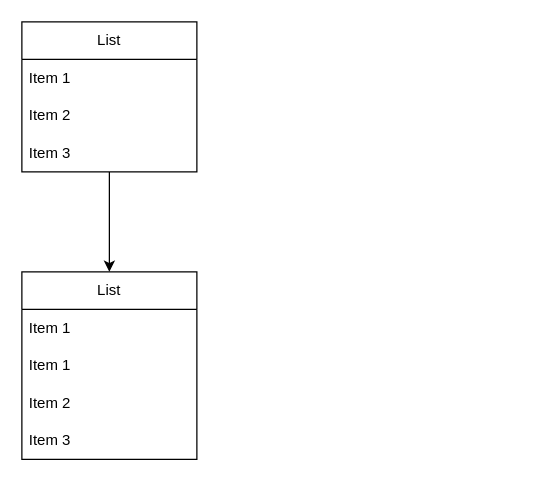
This is Untitled Diagram.drawio from Mobinul-Sekh/system-design, a draw.io file, before an edit. Source tidied: cells renumbered, new cells numbered last; positions are measured from the earlier drawing's top-left corner, leaving out a move shared by most shapes. Both pictures are drawn from the tidied source at 125%, with x=0, y=0 at pixel (21, 21).
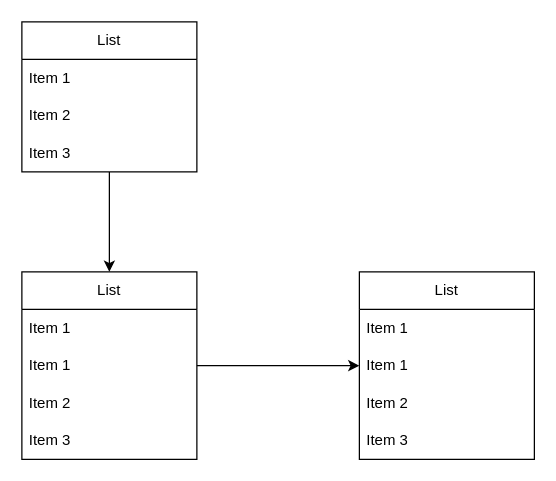
The same diagram, later.

The edit, as a diff of the source:
```diff
@@
 <mxGraphModel>
   <root>
     <mxCell id="0" />
     <mxCell id="1" parent="0" />
     <mxCell id="2" style="edgeStyle=orthogonalEdgeStyle;rounded=0;jettySize=auto;html=1;" parent="1" edge="1" source="3" target="7">
       <mxGeometry relative="1" as="geometry" />
     </mxCell>
     <mxCell id="3" value="List" style="swimlane;fontStyle=0;horizontal=1;startSize=30;whiteSpace=wrap;html=1;" parent="1" vertex="1">
       <mxGeometry width="140" height="120" as="geometry" />
     </mxCell>
     <mxCell id="4" value="Item 1" style="text;strokeColor=none;fillColor=none;align=left;verticalAlign=middle;spacingLeft=4;spacingRight=4;overflow=hidden;whiteSpace=wrap;html=1;" parent="3" vertex="1">
       <mxGeometry y="30" width="140" height="30" as="geometry" />
     </mxCell>
     <mxCell id="5" value="Item 2" style="text;strokeColor=none;fillColor=none;align=left;verticalAlign=middle;spacingLeft=4;spacingRight=4;overflow=hidden;whiteSpace=wrap;html=1;" parent="3" vertex="1">
       <mxGeometry y="60" width="140" height="30" as="geometry" />
     </mxCell>
     <mxCell id="6" value="Item 3" style="text;strokeColor=none;fillColor=none;align=left;verticalAlign=middle;spacingLeft=4;spacingRight=4;overflow=hidden;whiteSpace=wrap;html=1;" parent="3" vertex="1">
       <mxGeometry y="90" width="140" height="30" as="geometry" />
     </mxCell>
+    <mxCell id="12" style="edgeStyle=orthogonalEdgeStyle;rounded=0;jettySize=auto;html=1;" parent="1" edge="1" source="7" target="13">
+      <mxGeometry relative="1" as="geometry" />
+    </mxCell>
     <mxCell id="7" value="List" style="swimlane;fontStyle=0;horizontal=1;startSize=30;whiteSpace=wrap;html=1;" parent="1" vertex="1">
       <mxGeometry y="200" width="140" height="150" as="geometry" />
     </mxCell>
     <mxCell id="8" value="Item 1" style="text;strokeColor=none;fillColor=none;align=left;verticalAlign=middle;spacingLeft=4;spacingRight=4;overflow=hidden;whiteSpace=wrap;html=1;" parent="7" vertex="1">
       <mxGeometry y="30" width="140" height="30" as="geometry" />
     </mxCell>
     <mxCell id="9" value="Item 1" style="text;strokeColor=none;fillColor=none;align=left;verticalAlign=middle;spacingLeft=4;spacingRight=4;overflow=hidden;whiteSpace=wrap;html=1;" parent="7" vertex="1">
       <mxGeometry y="60" width="140" height="30" as="geometry" />
     </mxCell>
     <mxCell id="10" value="Item 2" style="text;strokeColor=none;fillColor=none;align=left;verticalAlign=middle;spacingLeft=4;spacingRight=4;overflow=hidden;whiteSpace=wrap;html=1;" parent="7" vertex="1">
       <mxGeometry y="90" width="140" height="30" as="geometry" />
     </mxCell>
     <mxCell id="11" value="Item 3" style="text;strokeColor=none;fillColor=none;align=left;verticalAlign=middle;spacingLeft=4;spacingRight=4;overflow=hidden;whiteSpace=wrap;html=1;" parent="7" vertex="1">
       <mxGeometry y="120" width="140" height="30" as="geometry" />
     </mxCell>
+    <mxCell id="13" value="List" style="swimlane;fontStyle=0;horizontal=1;startSize=30;whiteSpace=wrap;html=1;" parent="1" vertex="1">
+      <mxGeometry x="270" y="200" width="140" height="150" as="geometry" />
+    </mxCell>
+    <mxCell id="14" value="Item 1" style="text;strokeColor=none;fillColor=none;align=left;verticalAlign=middle;spacingLeft=4;spacingRight=4;overflow=hidden;whiteSpace=wrap;html=1;" parent="13" vertex="1">
+      <mxGeometry y="30" width="140" height="30" as="geometry" />
+    </mxCell>
+    <mxCell id="15" value="Item 1" style="text;strokeColor=none;fillColor=none;align=left;verticalAlign=middle;spacingLeft=4;spacingRight=4;overflow=hidden;whiteSpace=wrap;html=1;" parent="13" vertex="1">
+      <mxGeometry y="60" width="140" height="30" as="geometry" />
+    </mxCell>
+    <mxCell id="16" value="Item 2" style="text;strokeColor=none;fillColor=none;align=left;verticalAlign=middle;spacingLeft=4;spacingRight=4;overflow=hidden;whiteSpace=wrap;html=1;" parent="13" vertex="1">
+      <mxGeometry y="90" width="140" height="30" as="geometry" />
+    </mxCell>
+    <mxCell id="17" value="Item 3" style="text;strokeColor=none;fillColor=none;align=left;verticalAlign=middle;spacingLeft=4;spacingRight=4;overflow=hidden;whiteSpace=wrap;html=1;" parent="13" vertex="1">
+      <mxGeometry y="120" width="140" height="30" as="geometry" />
+    </mxCell>
   </root>
 </mxGraphModel>
```
